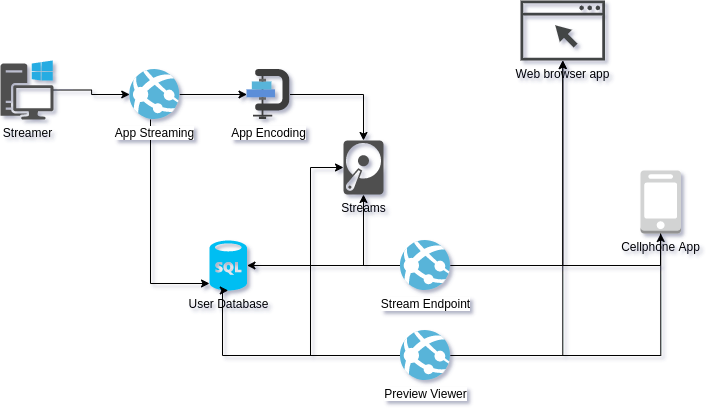
Before: docAssets/Arq-Streaming.png, a diagram exported from draw.io (Deecellar/Stream2U). Source tidied: cells renumbered, new cells last; positions are measured from the earlier drawing's top-left corner, leaving out a move shared by most shapes.
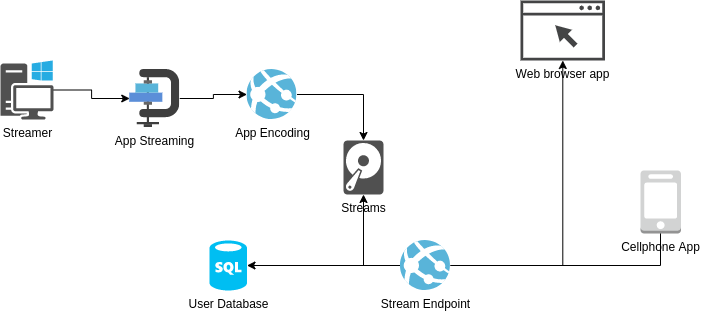
Above is the later version.

Change to the diagram source:
```diff
@@ -14,8 +14,8 @@
     <mxCell id="5" style="edgeStyle=orthogonalEdgeStyle;rounded=0;jettySize=auto;html=1;" parent="1" edge="1" source="6" target="13">
       <mxGeometry relative="1" as="geometry" />
     </mxCell>
-    <mxCell id="6" value="App Encoding" style="html=1;points=[];align=center;image;fontSize=12;image=img/lib/mscae/Media_Encoding.svg;" parent="1" vertex="1">
-      <mxGeometry x="246.5" y="69" width="43" height="50" as="geometry" />
+    <mxCell id="6" value="App Encoding" style="html=1;points=[];align=center;image;fontSize=12;image=img/lib/mscae/App_Services.svg;" parent="1" vertex="1">
+      <mxGeometry x="246.5" y="69" width="50" height="50" as="geometry" />
     </mxCell>
     <mxCell id="7" style="edgeStyle=orthogonalEdgeStyle;rounded=0;jettySize=auto;html=1;entryX=1;entryY=0.5;entryDx=0;entryDy=0;entryPerimeter=0;" parent="1" edge="1" source="11" target="12">
       <mxGeometry relative="1" as="geometry" />
@@ -46,41 +46,9 @@
     <mxCell id="14" style="edgeStyle=orthogonalEdgeStyle;rounded=0;jettySize=auto;html=1;" parent="1" edge="1" source="16" target="6">
       <mxGeometry relative="1" as="geometry" />
     </mxCell>
-    <mxCell id="15" style="edgeStyle=orthogonalEdgeStyle;rounded=0;jettySize=auto;html=1;entryX=0;entryY=0.86;entryDx=0;entryDy=0;entryPerimeter=0;" parent="1" edge="1" source="16" target="12">
-      <mxGeometry relative="1" as="geometry">
-        <Array as="points">
-          <mxPoint x="150" y="283" />
-        </Array>
-      </mxGeometry>
-    </mxCell>
-    <mxCell id="16" value="App Streaming" style="html=1;points=[];align=center;image;fontSize=12;image=img/lib/mscae/App_Services.svg;" parent="1" vertex="1">
-      <mxGeometry x="129.2" y="69" width="50" height="50" as="geometry" />
+    <mxCell id="16" value="App Streaming" style="html=1;points=[];align=center;image;fontSize=12;image=img/lib/mscae/Media_Encoding.svg;" parent="1" vertex="1">
+      <mxGeometry x="129.2" y="69" width="50" height="58" as="geometry" />
     </mxCell>
-    <mxCell id="17" style="edgeStyle=orthogonalEdgeStyle;rounded=0;jettySize=auto;html=1;" parent="1" edge="1" source="21" target="13">
-      <mxGeometry relative="1" as="geometry">
-        <Array as="points">
-          <mxPoint x="310" y="355" />
-          <mxPoint x="310" y="167" />
-        </Array>
-      </mxGeometry>
-    </mxCell>
-    <mxCell id="18" style="edgeStyle=orthogonalEdgeStyle;rounded=0;jettySize=auto;html=1;entryX=0.5;entryY=1;entryDx=0;entryDy=0;entryPerimeter=0;" parent="1" edge="1" source="21" target="12">
-      <mxGeometry relative="1" as="geometry">
-        <Array as="points">
-          <mxPoint x="222" y="355" />
-          <mxPoint x="222" y="290" />
-        </Array>
-      </mxGeometry>
-    </mxCell>
-    <mxCell id="19" style="edgeStyle=orthogonalEdgeStyle;rounded=0;jettySize=auto;html=1;entryX=0.5;entryY=1;entryDx=0;entryDy=0;entryPerimeter=0;" parent="1" edge="1" source="21" target="22">
-      <mxGeometry relative="1" as="geometry" />
-    </mxCell>
-    <mxCell id="20" style="edgeStyle=orthogonalEdgeStyle;rounded=0;jettySize=auto;html=1;" parent="1" edge="1" source="21" target="4">
-      <mxGeometry relative="1" as="geometry" />
-    </mxCell>
-    <mxCell id="21" value="Preview Viewer" style="html=1;points=[];align=center;image;fontSize=12;image=img/lib/mscae/App_Services.svg;" parent="1" vertex="1">
-      <mxGeometry x="400" y="330" width="50" height="50" as="geometry" />
-    </mxCell>
     <mxCell id="22" value="Cellphone App" style="outlineConnect=0;dashed=0;verticalLabelPosition=bottom;verticalAlign=top;align=center;html=1;shape=mxgraph.aws3.mobile_client;fillColor=#D2D3D3;gradientColor=none;" parent="1" vertex="1">
       <mxGeometry x="640" y="170" width="40.5" height="63" as="geometry" />
     </mxCell>
```
